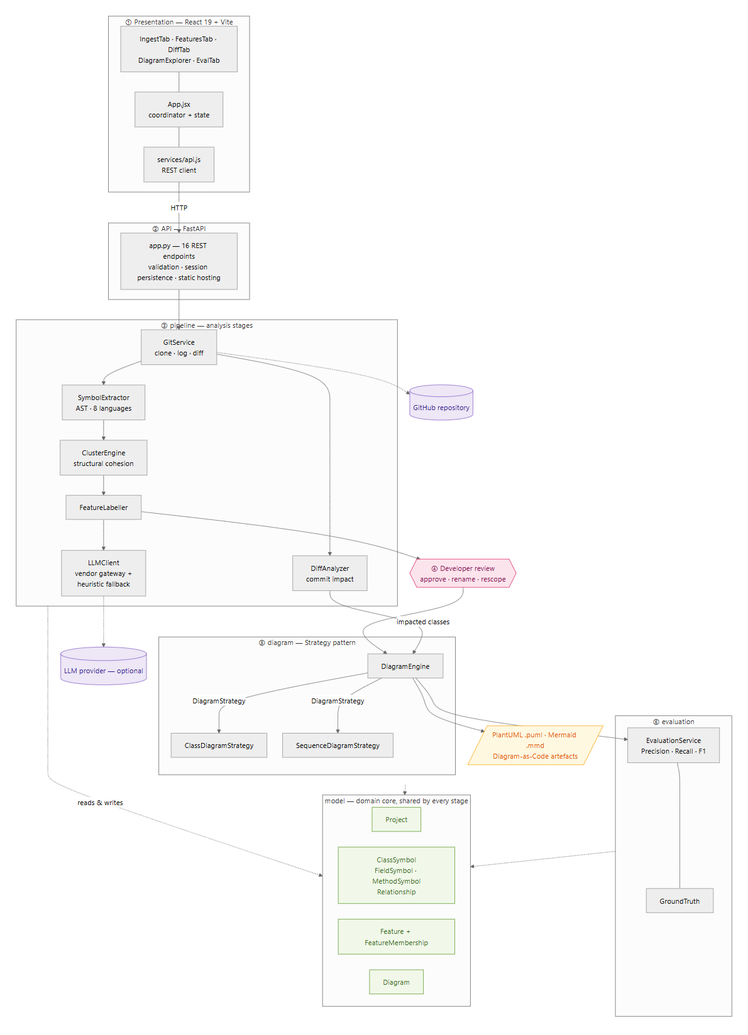
Above: docs/diagrams/umlrev_system_architecture.png in Adityarane012/UMLRev---SE-Project (Mermaid), before the change. Its source is kept beside it as docs/diagrams/umlrev_system_architecture.mmd.
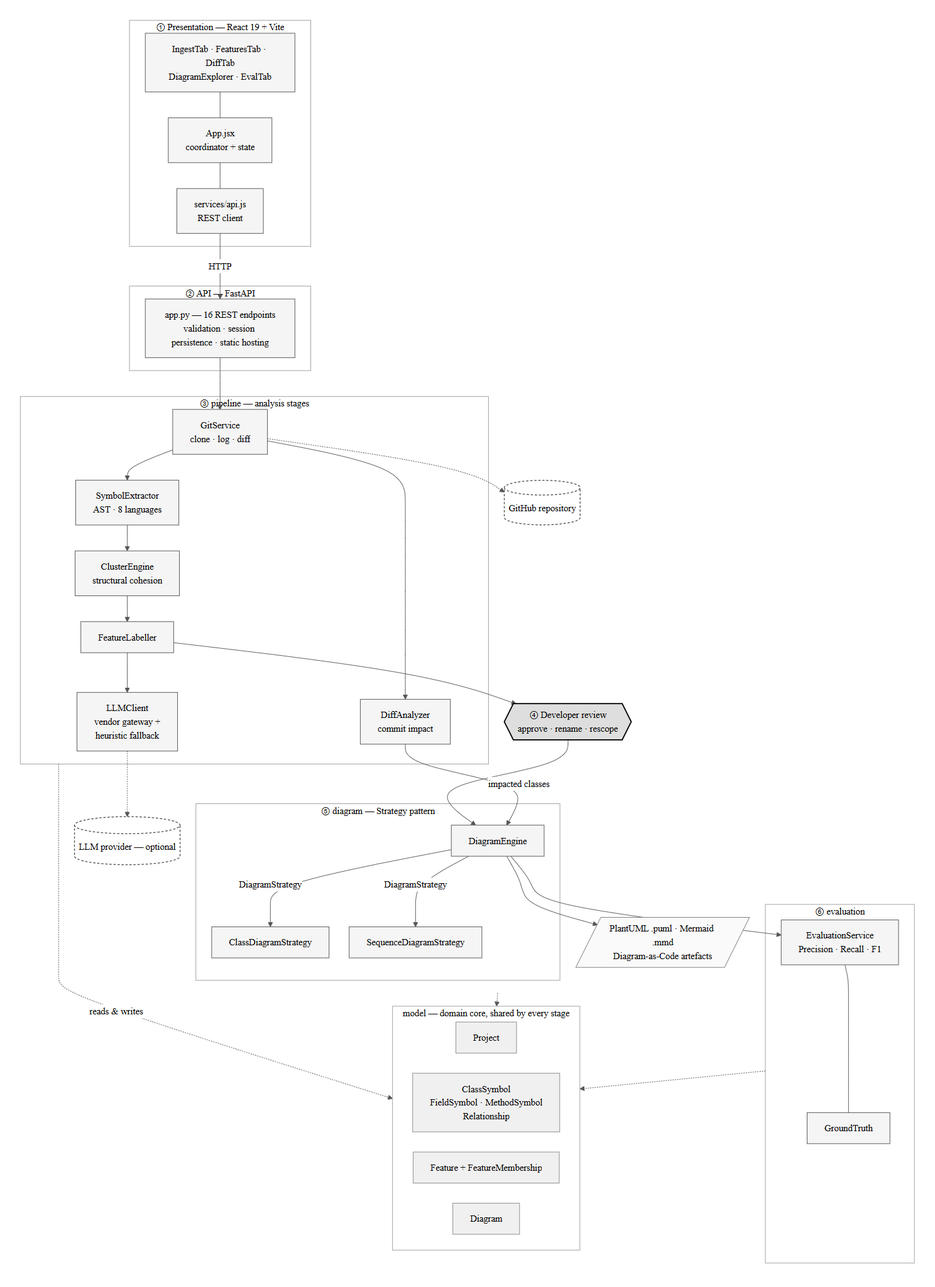
After the change.

Commit message:
Render the architecture figure in greyscale

Change to the diagram source:
```diff
@@ -1,3 +1,12 @@
+%%{init: {'theme':'base','themeVariables':{
+  'background':'#ffffff',
+  'primaryColor':'#f5f5f5','primaryTextColor':'#000000','primaryBorderColor':'#555555',
+  'lineColor':'#555555','textColor':'#000000',
+  'secondaryColor':'#ebebeb','tertiaryColor':'#fafafa',
+  'clusterBkg':'#ffffff','clusterBorder':'#9e9e9e',
+  'titleColor':'#000000','edgeLabelBackground':'#ffffff',
+  'nodeTextColor':'#000000','fontFamily':'Segoe UI, sans-serif'
+}}}%%
 flowchart TB
   subgraph UI["① Presentation — React 19 + Vite"]
     direction LR
@@ -68,10 +77,10 @@
   DIAG -.-> MODEL
   EVAL -.-> MODEL
 
-  classDef ext fill:#ede7f6,stroke:#7e57c2,color:#311b92
-  classDef art fill:#fff8e1,stroke:#ffa000,color:#e65100
-  classDef gate fill:#fce4ec,stroke:#d81b60,color:#880e4f
-  classDef dom fill:#f1f8e9,stroke:#689f38,color:#33691e
+  classDef ext fill:#ffffff,stroke:#555555,stroke-width:1.5px,color:#000000,stroke-dasharray:4 3
+  classDef art fill:#fafafa,stroke:#777777,stroke-width:1px,color:#000000
+  classDef gate fill:#dedede,stroke:#000000,stroke-width:2px,color:#000000
+  classDef dom fill:#f0f0f0,stroke:#8a8a8a,stroke-width:1px,color:#000000
   class GH,LLM ext
   class OUT art
   class REVIEW gate
```
